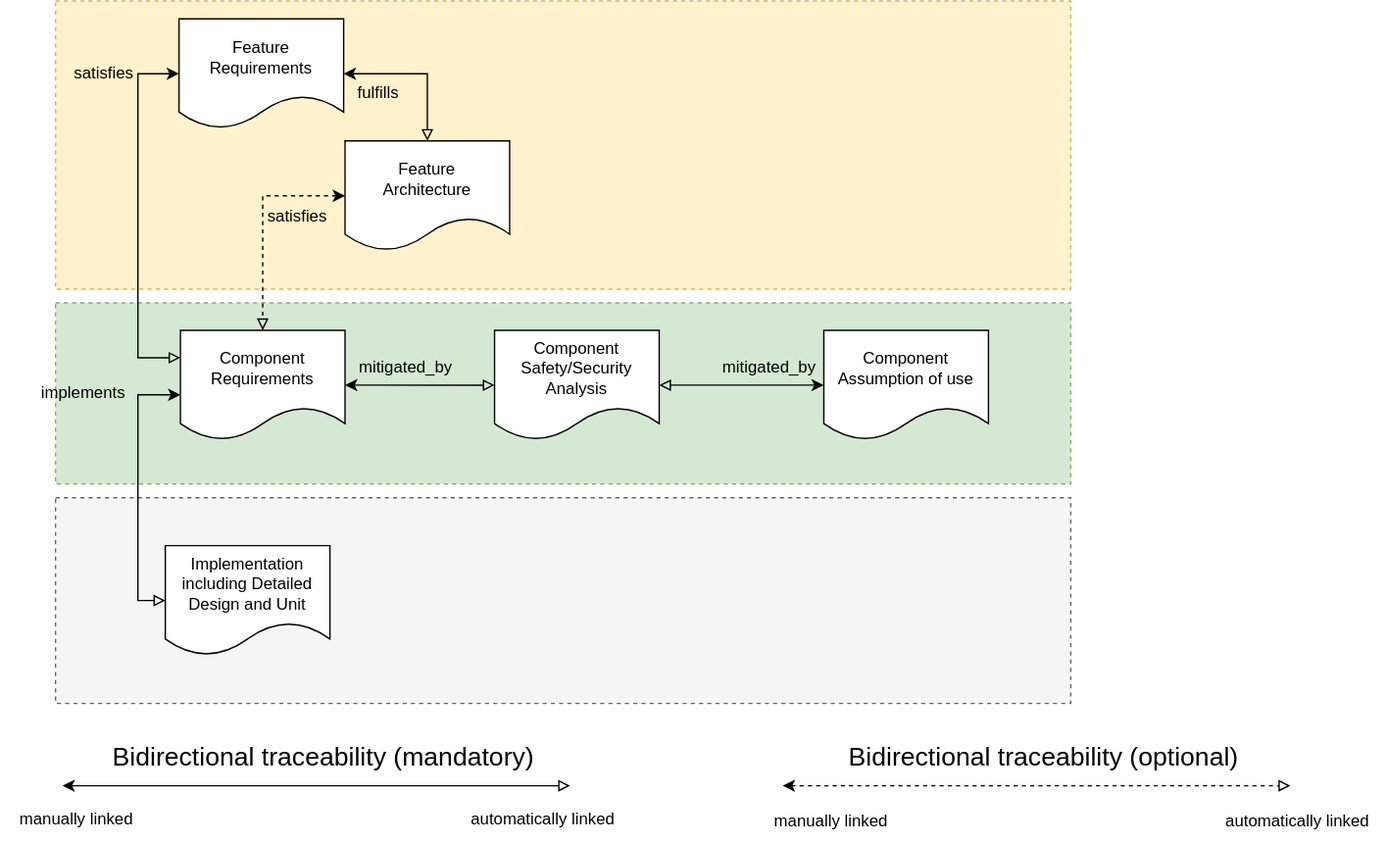
eclipse-score/process_description keeps this draw.io diagram as main/_images/score_traceability_model_cmp_overview_3.drawio.svg. Above is the earlier version. Source tidied: cells renumbered, new cells last; positions are measured from the earlier drawing's top-left corner, leaving out a move shared by most shapes.
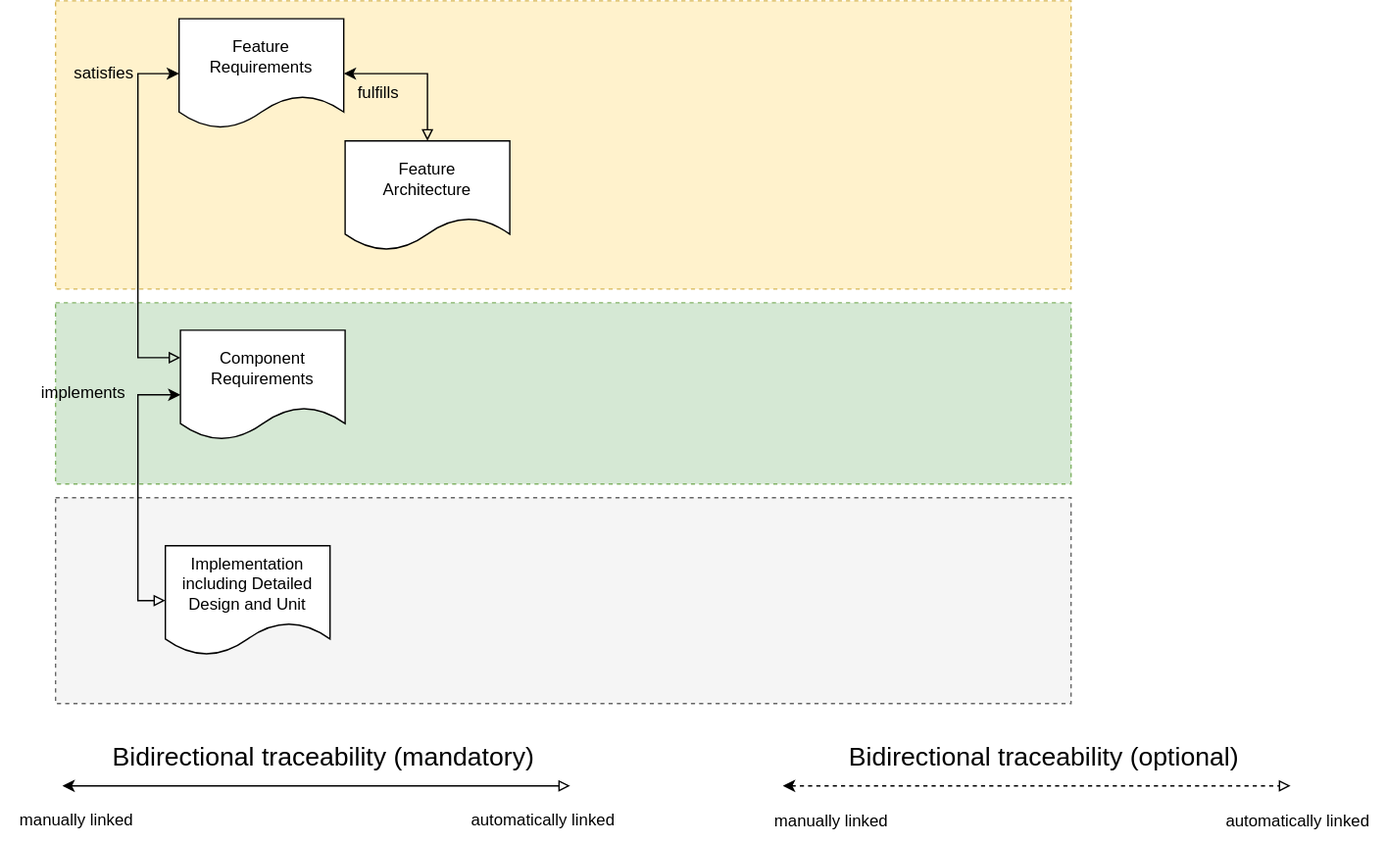
Later version of the same file.

Change to the diagram source:
```diff
@@ -8,9 +8,6 @@
     <mxCell id="3" style="rounded=0;whiteSpace=wrap;html=1;dashed=1;fillColor=#d5e8d4;strokeColor=#82b366;" parent="1" vertex="1">
       <mxGeometry x="40" y="220" width="740" height="132" as="geometry" />
     </mxCell>
-    <mxCell id="4" value="Component Assumption of use" style="shape=document;whiteSpace=wrap;html=1;boundedLbl=1;" parent="1" vertex="1">
-      <mxGeometry x="600" y="240" width="120" height="80" as="geometry" />
-    </mxCell>
     <mxCell id="5" value="Feature Requirements" style="shape=document;whiteSpace=wrap;html=1;boundedLbl=1;" parent="1" vertex="1">
       <mxGeometry x="130" y="13" width="120" height="80" as="geometry" />
     </mxCell>
@@ -22,29 +19,12 @@
         </Array>
       </mxGeometry>
     </mxCell>
-    <mxCell id="7" style="edgeStyle=orthogonalEdgeStyle;rounded=0;jettySize=auto;html=1;entryX=0;entryY=0.5;entryDx=0;entryDy=0;exitX=1;exitY=0.5;exitDx=0;exitDy=0;startArrow=classic;startFill=1;endArrow=block;endFill=0;" parent="1" edge="1" source="8" target="10">
-      <mxGeometry x="0.41" relative="1" as="geometry">
-        <Array as="points">
-          <mxPoint x="360" y="280" />
-          <mxPoint x="360" y="280" />
-        </Array>
-      </mxGeometry>
-    </mxCell>
     <mxCell id="8" value="Component Requirements" style="shape=document;whiteSpace=wrap;html=1;boundedLbl=1;" parent="1" vertex="1">
       <mxGeometry x="131" y="240" width="120" height="80" as="geometry" />
     </mxCell>
     <mxCell id="9" style="edgeStyle=orthogonalEdgeStyle;rounded=0;jettySize=auto;html=1;entryX=1;entryY=0.5;entryDx=0;entryDy=0;exitX=0.5;exitY=0;exitDx=0;exitDy=0;startArrow=block;startFill=0;" parent="1" edge="1" source="13" target="5">
       <mxGeometry relative="1" as="geometry" />
     </mxCell>
-    <mxCell id="10" value="Component&lt;br&gt;Safety/Security Analysis" style="shape=document;whiteSpace=wrap;html=1;boundedLbl=1;" parent="1" vertex="1">
-      <mxGeometry x="360" y="240" width="120" height="80" as="geometry" />
-    </mxCell>
-    <mxCell id="11" style="edgeStyle=orthogonalEdgeStyle;rounded=0;jettySize=auto;html=1;startArrow=classic;startFill=1;entryX=1;entryY=0.5;entryDx=0;entryDy=0;exitX=0;exitY=0.5;exitDx=0;exitDy=0;endArrow=block;endFill=0;" parent="1" edge="1" source="4" target="10">
-      <mxGeometry relative="1" as="geometry" />
-    </mxCell>
-    <mxCell id="12" style="edgeStyle=orthogonalEdgeStyle;rounded=0;jettySize=auto;html=1;entryX=0.5;entryY=0;entryDx=0;entryDy=0;startArrow=classic;startFill=1;exitX=0;exitY=0.5;exitDx=0;exitDy=0;dashed=1;endArrow=block;endFill=0;" parent="1" edge="1" source="13" target="8">
-      <mxGeometry relative="1" as="geometry" />
-    </mxCell>
     <mxCell id="13" value="Feature&lt;br&gt;Architecture" style="shape=document;whiteSpace=wrap;html=1;boundedLbl=1;" parent="1" vertex="1">
       <mxGeometry x="251" y="102" width="120" height="80" as="geometry" />
     </mxCell>
@@ -105,14 +85,5 @@
     <mxCell id="28" value="fulfills" style="text;html=1;align=center;verticalAlign=middle;strokeColor=none;fillColor=none;" parent="1" vertex="1">
       <mxGeometry x="250" y="52" width="50" height="30" as="geometry" />
     </mxCell>
-    <mxCell id="29" value="satisfies" style="text;html=1;align=center;verticalAlign=middle;strokeColor=none;fillColor=none;" parent="1" vertex="1">
-      <mxGeometry x="181" y="142" width="70" height="30" as="geometry" />
-    </mxCell>
-    <mxCell id="30" value="mitigated_by" style="text;html=1;align=center;verticalAlign=middle;strokeColor=none;fillColor=none;" parent="1" vertex="1">
-      <mxGeometry x="250" y="252" width="90" height="30" as="geometry" />
-    </mxCell>
-    <mxCell id="31" value="mitigated_by" style="text;html=1;align=center;verticalAlign=middle;strokeColor=none;fillColor=none;" parent="1" vertex="1">
-      <mxGeometry x="515" y="252" width="90" height="30" as="geometry" />
-    </mxCell>
   </root>
 </mxGraphModel>
```
